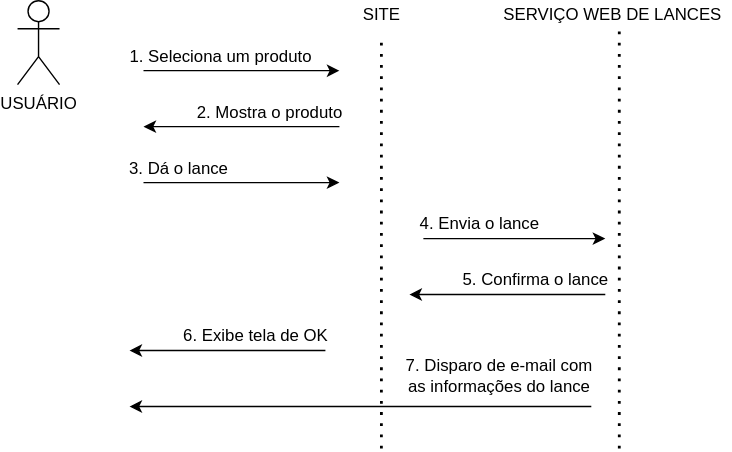
The draw.io diagram ex diag de sequencia.svg in ericthmoritsuka/umlExercises, before a commit. Source tidied: cells renumbered, new cells last; positions are measured from the earlier drawing's top-left corner, leaving out a move shared by most shapes.
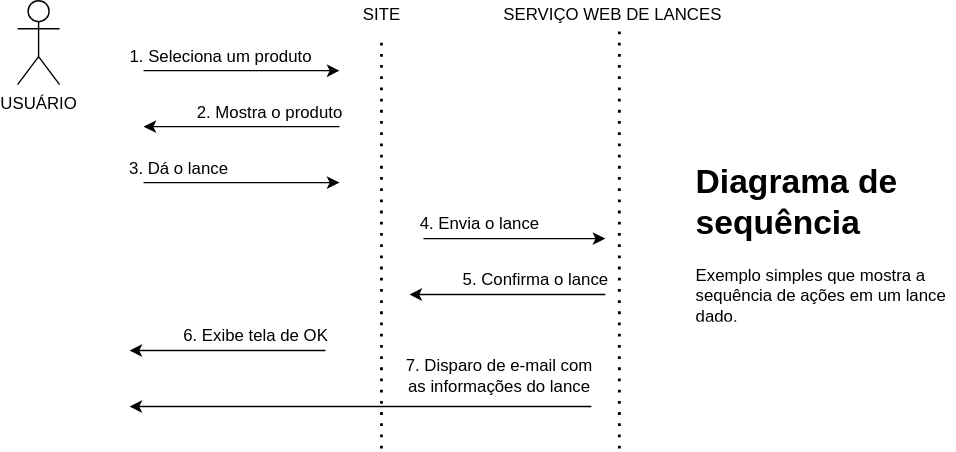
Above is the later version.

Change to the diagram source:
```diff
@@ -86,5 +86,8 @@
     <mxCell id="20" value="7. Disparo de e-mail com &lt;br&gt;as informações do lance" style="text;html=1;align=center;verticalAlign=middle;strokeColor=none;fillColor=none;" parent="1" vertex="1">
       <mxGeometry x="269" y="253" width="150" height="30" as="geometry" />
     </mxCell>
+    <mxCell id="21" value="&lt;h1&gt;Diagrama de sequência&lt;/h1&gt;&lt;p&gt;Exemplo simples que mostra a sequência de ações em um lance dado.&lt;/p&gt;" style="text;html=1;strokeColor=none;fillColor=none;spacing=5;spacingTop=-20;whiteSpace=wrap;overflow=hidden;rounded=0;" parent="1" vertex="1">
+      <mxGeometry x="480" y="110" width="190" height="120" as="geometry" />
+    </mxCell>
   </root>
 </mxGraphModel>
```
